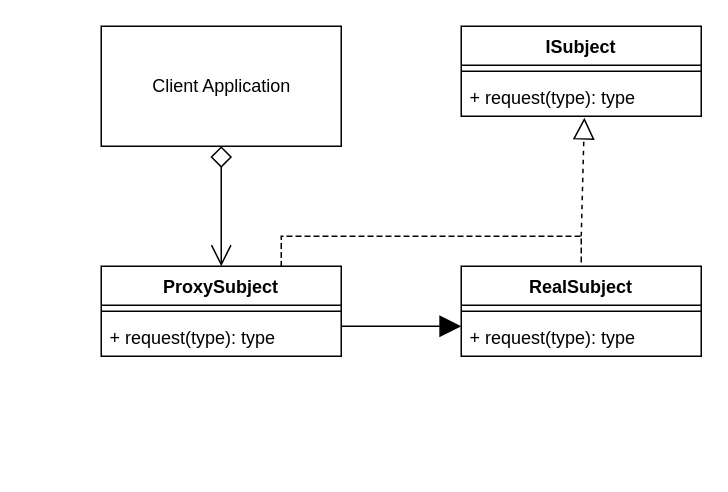
Earlier version of the draw.io diagram Structural/Proxy/proxy.drawio (Kazantip94/Patern). Source tidied: cells renumbered, new cells numbered last; positions are measured from the earlier drawing's top-left corner, leaving out a move shared by most shapes. Both pictures are drawn from the tidied source at 150%, with x=0, y=0 at pixel (100, 26).
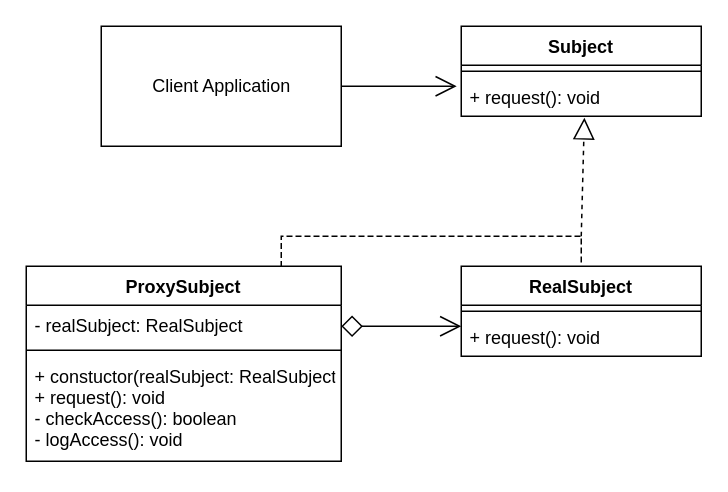
After the change.

Commit message (it also covers changes not shown here):
add proxy pattern

What changed in the source:
```diff
@@
 <mxGraphModel>
   <root>
     <mxCell id="0" />
     <mxCell id="1" parent="0" />
+    <mxCell id="16" style="edgeStyle=orthogonalEdgeStyle;rounded=0;jettySize=auto;html=1;entryX=-0.019;entryY=0.231;entryDx=0;entryDy=0;entryPerimeter=0;endArrow=open;endFill=0;endSize=12;startSize=12;" parent="1" edge="1" source="2" target="11">
+      <mxGeometry relative="1" as="geometry" />
+    </mxCell>
     <mxCell id="2" value="Client Application" style="html=1;" parent="1" vertex="1">
       <mxGeometry width="160" height="80" as="geometry" />
     </mxCell>
-    <mxCell id="3" value="ProxySubject" style="swimlane;fontStyle=1;align=center;verticalAlign=top;horizontal=1;startSize=26;" parent="1" vertex="1">
-      <mxGeometry y="160" width="160" height="60" as="geometry" />
-    </mxCell>
-    <mxCell id="4" style="line;strokeWidth=1;fillColor=none;align=left;verticalAlign=middle;spacingTop=-1;spacingLeft=3;spacingRight=3;labelPosition=right;" parent="3" vertex="1">
-      <mxGeometry y="26" width="160" height="8" as="geometry" />
-    </mxCell>
-    <mxCell id="5" value="+ request(type): type" style="text;strokeColor=none;fillColor=none;align=left;verticalAlign=top;spacingLeft=4;spacingRight=4;overflow=hidden;" parent="3" vertex="1">
-      <mxGeometry y="34" width="160" height="26" as="geometry" />
-    </mxCell>
     <mxCell id="6" value="RealSubject" style="swimlane;fontStyle=1;align=center;verticalAlign=top;horizontal=1;startSize=26;" parent="1" vertex="1">
       <mxGeometry x="240" y="160" width="160" height="60" as="geometry" />
     </mxCell>
     <mxCell id="7" style="line;strokeWidth=1;fillColor=none;align=left;verticalAlign=middle;spacingTop=-1;spacingLeft=3;spacingRight=3;labelPosition=right;" parent="6" vertex="1">
       <mxGeometry y="26" width="160" height="8" as="geometry" />
     </mxCell>
-    <mxCell id="8" value="+ request(type): type" style="text;strokeColor=none;fillColor=none;align=left;verticalAlign=top;spacingLeft=4;spacingRight=4;overflow=hidden;" parent="6" vertex="1">
+    <mxCell id="8" value="+ request(): void" style="text;strokeColor=none;fillColor=none;align=left;verticalAlign=top;spacingLeft=4;spacingRight=4;overflow=hidden;" parent="6" vertex="1">
       <mxGeometry y="34" width="160" height="26" as="geometry" />
     </mxCell>
-    <mxCell id="9" value="ISubject" style="swimlane;fontStyle=1;align=center;verticalAlign=top;horizontal=1;startSize=26;" parent="1" vertex="1">
+    <mxCell id="9" value="Subject" style="swimlane;fontStyle=1;align=center;verticalAlign=top;horizontal=1;startSize=26;" parent="1" vertex="1">
       <mxGeometry x="240" width="160" height="60" as="geometry" />
     </mxCell>
     <mxCell id="10" style="line;strokeWidth=1;fillColor=none;align=left;verticalAlign=middle;spacingTop=-1;spacingLeft=3;spacingRight=3;labelPosition=right;" parent="9" vertex="1">
       <mxGeometry y="26" width="160" height="8" as="geometry" />
     </mxCell>
-    <mxCell id="11" value="+ request(type): type" style="text;strokeColor=none;fillColor=none;align=left;verticalAlign=top;spacingLeft=4;spacingRight=4;overflow=hidden;points=[[0,0.5],[1,0.5]];portConstraint=eastwest;" parent="9" vertex="1">
+    <mxCell id="11" value="+ request(): void" style="text;strokeColor=none;fillColor=none;align=left;verticalAlign=top;spacingLeft=4;spacingRight=4;overflow=hidden;points=[[0,0.5],[1,0.5]];portConstraint=eastwest;" parent="9" vertex="1">
       <mxGeometry y="34" width="160" height="26" as="geometry" />
     </mxCell>
-    <mxCell id="12" style="html=1;verticalAlign=bottom;startArrow=diamond;startFill=0;endArrow=open;startSize=12;exitX=0.5;exitY=1;exitDx=0;exitDy=0;endFill=0;endSize=12;" parent="1" edge="1" source="2" target="3">
-      <mxGeometry relative="1" as="geometry" />
-    </mxCell>
-    <mxCell id="13" style="html=1;verticalAlign=bottom;startArrow=none;startFill=0;endArrow=block;startSize=12;endFill=1;endSize=12;" parent="1" edge="1">
+    <mxCell id="13" style="html=1;verticalAlign=bottom;startArrow=diamond;startFill=0;endArrow=open;startSize=12;endFill=0;endSize=12;" parent="1" edge="1">
       <mxGeometry relative="1" as="geometry">
         <mxPoint x="160" y="200" as="sourcePoint" />
         <mxPoint x="240" y="200" as="targetPoint" />
       </mxGeometry>
     </mxCell>
     <mxCell id="14" style="shape=partialRectangle;whiteSpace=wrap;html=1;bottom=1;right=1;left=1;top=0;fillColor=none;routingCenterX=-0.5;direction=west;dashed=1;" parent="1" vertex="1">
       <mxGeometry x="120" y="140" width="200" height="20" as="geometry" />
     </mxCell>
     <mxCell id="15" style="html=1;verticalAlign=bottom;startArrow=none;startFill=0;endArrow=block;startSize=12;endFill=0;endSize=12;exitX=0;exitY=1;exitDx=0;exitDy=0;entryX=0.513;entryY=1.038;entryDx=0;entryDy=0;entryPerimeter=0;dashed=1;" parent="1" edge="1" source="14" target="11">
       <mxGeometry relative="1" as="geometry" />
     </mxCell>
+    <mxCell id="3" value="ProxySubject" style="swimlane;fontStyle=1;align=center;verticalAlign=top;horizontal=1;startSize=26;" parent="1" vertex="1">
+      <mxGeometry x="-50" y="160" width="210" height="130" as="geometry" />
+    </mxCell>
+    <mxCell id="17" value="- realSubject: RealSubject" style="text;strokeColor=none;fillColor=none;align=left;verticalAlign=top;spacingLeft=4;spacingRight=4;overflow=hidden;" parent="3" vertex="1">
+      <mxGeometry y="26" width="210" height="26" as="geometry" />
+    </mxCell>
+    <mxCell id="18" style="line;strokeWidth=1;fillColor=none;align=left;verticalAlign=middle;spacingTop=-1;spacingLeft=3;spacingRight=3;labelPosition=right;" parent="3" vertex="1">
+      <mxGeometry y="52" width="210" height="8" as="geometry" />
+    </mxCell>
+    <mxCell id="19" value="+ constuctor(realSubject: RealSubject)&#10;+ request(): void&#10;- checkAccess(): boolean&#10;- logAccess(): void" style="text;strokeColor=none;fillColor=none;align=left;verticalAlign=top;spacingLeft=4;spacingRight=4;overflow=hidden;" parent="3" vertex="1">
+      <mxGeometry y="60" width="210" height="70" as="geometry" />
+    </mxCell>
   </root>
 </mxGraphModel>
```
